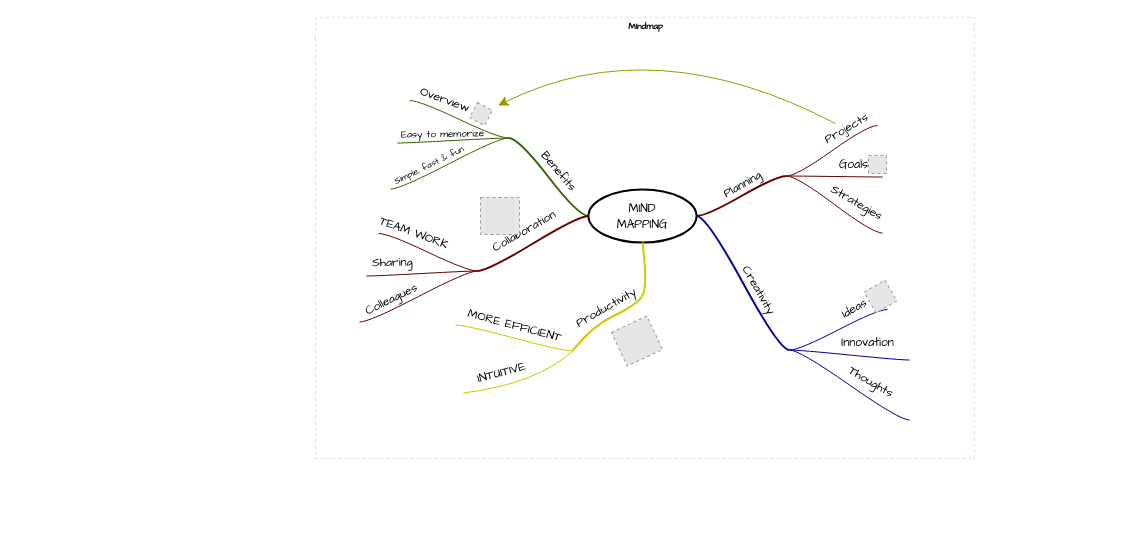
Earlier version of the draw.io diagram 未命名绘图.drawio (kongzhongfeima/draw_io). Source tidied: cells renumbered, new cells numbered last; positions are measured from the earlier drawing's top-left corner, leaving out a move shared by most shapes. Both pictures are drawn from the tidied source at 100%, with x=0, y=0 at pixel (315, 17). Pictures stored in the file or linked from it are replaced by grey dashed boxes.
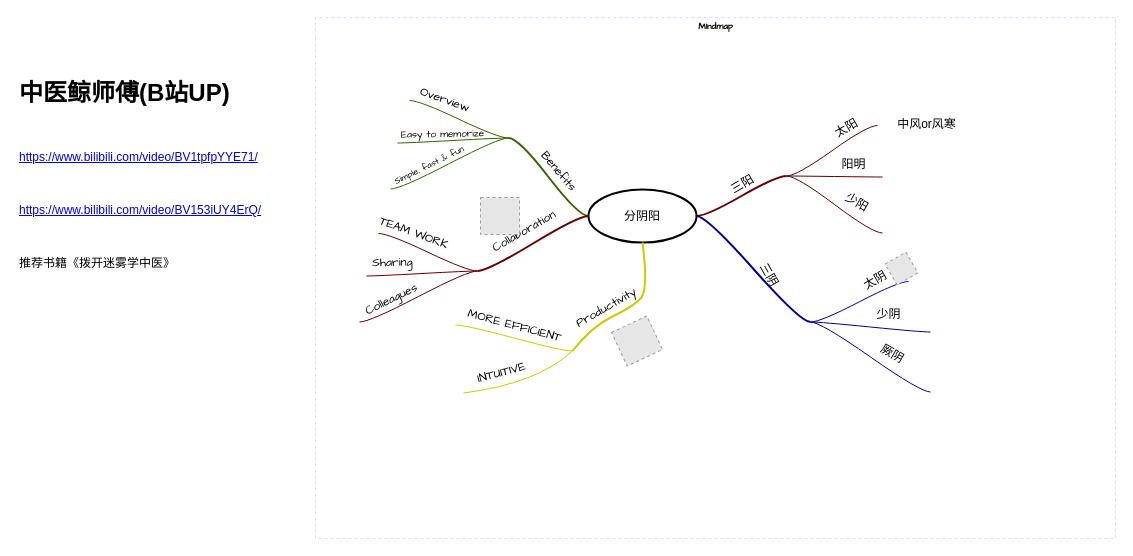
After the change.

Commit message:
更新未命名绘图.drawio

The change refers to these unchanged cells:
```xml
<mxCell id="5" style="edgeStyle=entityRelationEdgeStyle;startArrow=none;endArrow=none;segment=10;curved=1;strokeWidth=2;strokeColor=#660000;rounded=0;fontSize=12;startSize=8;endSize=8;" parent="2" edge="1" source="3" target="4">
  <mxGeometry relative="1" as="geometry" />
</mxCell>
<mxCell id="8" style="edgeStyle=entityRelationEdgeStyle;startArrow=none;endArrow=none;segment=10;curved=1;strokeColor=#660000;rounded=0;fontSize=12;startSize=8;endSize=8;" parent="2" edge="1" source="4" target="7">
  <mxGeometry relative="1" as="geometry" />
</mxCell>
<mxCell id="10" style="whiteSpace=wrap;html=1;rounded=1;arcSize=50;align=center;verticalAlign=middle;strokeWidth=1;spacing=4;" parent="2" vertex="1">
  <mxGeometry x="567" y="159" height="1" as="geometry" />
</mxCell>
<mxCell id="11" style="edgeStyle=entityRelationEdgeStyle;startArrow=none;endArrow=none;segment=10;curved=1;strokeColor=#660000;rounded=0;fontSize=12;startSize=8;endSize=8;" parent="2" edge="1" source="4" target="10">
  <mxGeometry relative="1" as="geometry" />
</mxCell>
<mxCell id="14" style="edgeStyle=entityRelationEdgeStyle;startArrow=none;endArrow=none;segment=10;curved=1;strokeColor=#660000;rounded=0;fontSize=12;startSize=8;endSize=8;" parent="2" edge="1" source="4" target="13">
  <mxGeometry relative="1" as="geometry" />
</mxCell>
<mxCell id="17" style="edgeStyle=entityRelationEdgeStyle;startArrow=none;endArrow=none;segment=10;curved=1;strokeWidth=2;strokeColor=#000099;rounded=0;fontSize=12;startSize=8;endSize=8;" parent="2" edge="1" source="3" target="16">
  <mxGeometry relative="1" as="geometry" />
</mxCell>
<mxCell id="20" style="edgeStyle=entityRelationEdgeStyle;startArrow=none;endArrow=none;segment=10;curved=1;strokeColor=#000099;rounded=0;fontSize=12;startSize=8;endSize=8;" parent="2" edge="1" source="16" target="19">
  <mxGeometry relative="1" as="geometry" />
</mxCell>
<mxCell id="23" style="edgeStyle=entityRelationEdgeStyle;startArrow=none;endArrow=none;segment=10;curved=1;strokeColor=#000099;rounded=0;fontSize=12;startSize=8;endSize=8;" parent="2" edge="1" source="16" target="22">
  <mxGeometry relative="1" as="geometry" />
</mxCell>
<mxCell id="26" style="edgeStyle=entityRelationEdgeStyle;startArrow=none;endArrow=none;segment=10;curved=1;strokeColor=#000099;rounded=0;fontSize=12;startSize=8;endSize=8;" parent="2" edge="1" source="16" target="25">
  <mxGeometry relative="1" as="geometry" />
</mxCell>
<mxCell id="32" style="whiteSpace=wrap;html=1;rounded=1;arcSize=50;align=center;verticalAlign=middle;strokeWidth=1;spacing=4;" parent="2" vertex="1">
  <mxGeometry x="193" y="120" height="1" as="geometry" />
</mxCell>
```

Change to the diagram source:
```diff
@@
     <mxCell id="2" value="Mindmap" style="swimlane;html=1;startSize=20;horizontal=1;containerType=tree;labelBackgroundColor=none;strokeColor=#D4E1F5;strokeWidth=1;fillColor=none;fontFamily=Comic Sans MS;fontSize=9;swimlaneLine=0;dashed=1;" parent="1" vertex="1">
-      <mxGeometry width="659" height="441" as="geometry" />
+      <mxGeometry width="800" height="521" as="geometry" />
     </mxCell>
-    <mxCell id="3" value="&lt;font face=&quot;Comic Sans MS&quot;&gt;MIND&lt;br&gt;MAPPING&lt;/font&gt;" style="ellipse;whiteSpace=wrap;html=1;align=center;strokeWidth=2;" parent="2" vertex="1">
+    <mxCell id="3" value="&lt;font face=&quot;Comic Sans MS&quot;&gt;分阴阳&lt;/font&gt;" style="ellipse;whiteSpace=wrap;html=1;align=center;strokeWidth=2;" parent="2" vertex="1">
       <mxGeometry x="273" y="172" width="108" height="53" as="geometry" />
     </mxCell>
@@
-    <mxCell id="6" value="Planning" style="text;html=1;align=center;verticalAlign=middle;labelBackgroundColor=none;rotation=-30;fontFamily=Comic Sans MS;" parent="5" vertex="1">
+    <mxCell id="6" value="三阳" style="text;html=1;align=center;verticalAlign=middle;labelBackgroundColor=none;rotation=-30;fontFamily=Comic Sans MS;" parent="5" vertex="1">
       <mxGeometry x="0.02" y="2" relative="1" as="geometry">
         <mxPoint x="1" y="-9" as="offset" />
       </mxGeometry>
     </mxCell>
-    <mxCell id="7" style="whiteSpace=wrap;html=1;rounded=1;arcSize=50;align=center;verticalAlign=middle;strokeWidth=1;spacing=4;" parent="2" vertex="1" collapsed="1">
+    <mxCell id="7" style="whiteSpace=wrap;html=1;rounded=1;arcSize=50;align=center;verticalAlign=middle;strokeWidth=1;spacing=4;" parent="2" vertex="1">
       <mxGeometry x="562" y="108" width="5" as="geometry" />
     </mxCell>
@@
-    <mxCell id="9" value="Projects" style="text;html=1;points=[];align=center;verticalAlign=middle;labelBackgroundColor=none;fontFamily=Comic Sans MS;rotation=-30;" parent="8" vertex="1">
+    <mxCell id="9" value="太阳" style="text;html=1;points=[];align=center;verticalAlign=middle;labelBackgroundColor=none;fontFamily=Comic Sans MS;rotation=-30;" parent="8" vertex="1">
       <mxGeometry x="0.26" relative="1" as="geometry">
         <mxPoint x="3" y="-14" as="offset" />
       </mxGeometry>
     </mxCell>
@@
-    <mxCell id="12" value="Goals" style="text;html=1;align=center;verticalAlign=middle;labelBackgroundColor=none;fontFamily=Comic Sans MS;rotation=0;" parent="11" vertex="1">
+    <mxCell id="12" value="阳明" style="text;html=1;align=center;verticalAlign=middle;labelBackgroundColor=none;fontFamily=Comic Sans MS;rotation=0;" parent="11" vertex="1">
       <mxGeometry x="-0.11" y="-1" relative="1" as="geometry">
         <mxPoint x="24" y="-12" as="offset" />
       </mxGeometry>
     </mxCell>
@@
-    <mxCell id="15" value="Strategies" style="text;html=1;align=center;verticalAlign=middle;labelBackgroundColor=none;fontFamily=Comic Sans MS;rotation=30;" parent="14" vertex="1">
+    <mxCell id="15" value="少阳" style="text;html=1;align=center;verticalAlign=middle;labelBackgroundColor=none;fontFamily=Comic Sans MS;rotation=30;" parent="14" vertex="1">
       <mxGeometry x="-0.11" y="-1" relative="1" as="geometry">
         <mxPoint x="28" y="1" as="offset" />
       </mxGeometry>
     </mxCell>
     <mxCell id="16" style="whiteSpace=wrap;html=1;rounded=1;arcSize=50;align=center;verticalAlign=middle;strokeWidth=1;spacing=4;" parent="2" vertex="1">
-      <mxGeometry x="474" y="332" height="1" as="geometry" />
+      <mxGeometry x="495" y="304" height="1" as="geometry" />
     </mxCell>
@@
-    <mxCell id="18" value="Creativity" style="text;html=1;align=center;verticalAlign=middle;labelBackgroundColor=none;rotation=60;fontFamily=Comic Sans MS;" parent="17" vertex="1">
+    <mxCell id="18" value="三阴" style="text;html=1;align=center;verticalAlign=middle;labelBackgroundColor=none;rotation=60;fontFamily=Comic Sans MS;" parent="17" vertex="1">
       <mxGeometry x="0.02" y="2" relative="1" as="geometry">
         <mxPoint x="13" y="6" as="offset" />
       </mxGeometry>
     </mxCell>
     <mxCell id="19" style="whiteSpace=wrap;html=1;rounded=1;arcSize=50;align=center;verticalAlign=middle;strokeWidth=1;spacing=4;" parent="2" vertex="1">
-      <mxGeometry x="572" y="292" width="5" as="geometry" />
+      <mxGeometry x="593" y="264" width="5" as="geometry" />
     </mxCell>
@@
-    <mxCell id="21" value="Ideas" style="text;html=1;align=center;verticalAlign=middle;labelBackgroundColor=none;fontFamily=Comic Sans MS;rotation=-30;" parent="20" vertex="1">
+    <mxCell id="21" value="太阴" style="text;html=1;align=center;verticalAlign=middle;labelBackgroundColor=none;fontFamily=Comic Sans MS;rotation=-30;" parent="20" vertex="1">
       <mxGeometry x="0.26" relative="1" as="geometry">
         <mxPoint x="3" y="-14" as="offset" />
       </mxGeometry>
     </mxCell>
     <mxCell id="22" style="whiteSpace=wrap;html=1;rounded=1;arcSize=50;align=center;verticalAlign=middle;strokeWidth=1;spacing=4;" parent="2" vertex="1">
-      <mxGeometry x="594" y="342" height="1" as="geometry" />
+      <mxGeometry x="615" y="314" height="1" as="geometry" />
     </mxCell>
@@
-    <mxCell id="24" value="Innovation" style="text;html=1;align=center;verticalAlign=middle;labelBackgroundColor=none;fontFamily=Comic Sans MS;rotation=0;" parent="23" vertex="1">
+    <mxCell id="24" value="少阴" style="text;html=1;align=center;verticalAlign=middle;labelBackgroundColor=none;fontFamily=Comic Sans MS;rotation=0;" parent="23" vertex="1">
       <mxGeometry x="-0.11" y="-1" relative="1" as="geometry">
         <mxPoint x="24" y="-12" as="offset" />
       </mxGeometry>
     </mxCell>
     <mxCell id="25" style="whiteSpace=wrap;html=1;rounded=1;arcSize=50;align=center;verticalAlign=middle;strokeWidth=1;spacing=4;" parent="2" vertex="1">
-      <mxGeometry x="594" y="402" height="1" as="geometry" />
+      <mxGeometry x="615" y="374" height="1" as="geometry" />
     </mxCell>
@@
-    <mxCell id="27" value="Thoughts" style="text;html=1;align=center;verticalAlign=middle;labelBackgroundColor=none;fontFamily=Comic Sans MS;rotation=30;" parent="26" vertex="1">
+    <mxCell id="27" value="厥阴" style="text;html=1;align=center;verticalAlign=middle;labelBackgroundColor=none;fontFamily=Comic Sans MS;rotation=30;" parent="26" vertex="1">
       <mxGeometry x="-0.11" y="-1" relative="1" as="geometry">
         <mxPoint x="28" y="1" as="offset" />
       </mxGeometry>
     </mxCell>
     <mxCell id="28" style="fillColor=#E6E6E6;strokeColor=#999999;dashed=1;html=1;verticalAlign=top;verticalLabelPosition=bottom;labelBackgroundColor=#ffffff;fontFamily=Comic Sans MS;rotation=-30;" parent="2" vertex="1">
-      <mxGeometry x="553" y="267" width="24" height="24" as="geometry" />
+      <mxGeometry x="574" y="239" width="24" height="24" as="geometry" />
     </mxCell>
@@
-    <mxCell id="30" style="fillColor=#E6E6E6;strokeColor=#999999;dashed=1;html=1;verticalAlign=top;verticalLabelPosition=bottom;labelBackgroundColor=#ffffff;fontFamily=Comic Sans MS;" parent="2" vertex="1">
-      <mxGeometry x="553" y="138" width="18" height="18" as="geometry" />
-    </mxCell>
-    <mxCell id="31" style="edgeStyle=entityRelationEdgeStyle;jumpStyle=arc;html=1;endArrow=classicThin;endFill=1;jettySize=auto;strokeColor=none;strokeWidth=2;fontFamily=Comic Sans MS;rounded=0;fontSize=12;startSize=8;endSize=8;curved=1;" parent="2" edge="1" source="10" target="30">
-      <mxGeometry relative="1" as="geometry" />
-    </mxCell>
@@
-    <mxCell id="41" style="whiteSpace=wrap;html=1;rounded=1;arcSize=50;align=center;verticalAlign=middle;strokeWidth=1;spacing=4;" parent="2" vertex="1" collapsed="1">
+    <mxCell id="41" style="whiteSpace=wrap;html=1;rounded=1;arcSize=50;align=center;verticalAlign=middle;strokeWidth=1;spacing=4;" parent="2" vertex="1">
       <mxGeometry x="89" y="83" width="5" as="geometry" />
     </mxCell>
@@
-    <mxCell id="44" style="fillColor=#E6E6E6;strokeColor=#999999;dashed=1;html=1;verticalAlign=top;verticalLabelPosition=bottom;labelBackgroundColor=#ffffff;fontFamily=Comic Sans MS;fontSize=10;rotation=28;" parent="2" vertex="1">
-      <mxGeometry x="157" y="88" width="17" height="17" as="geometry" />
-    </mxCell>
-    <mxCell id="45" style="endArrow=classic;html=1;curved=1;sourcePerimeterSpacing=10;strokeColor=#999900;targetPerimeterSpacing=7;rounded=0;fontSize=12;startSize=8;endSize=8;" parent="2" edge="1" source="9" target="44">
-      <mxGeometry relative="1" as="geometry">
-        <Array as="points">
-          <mxPoint x="338" y="11" />
-        </Array>
-      </mxGeometry>
-    </mxCell>
-    <mxCell id="46" style="jumpStyle=arc;html=1;endArrow=classicThin;endFill=1;jettySize=auto;strokeColor=none;strokeWidth=2;fontFamily=Comic Sans MS;fontSize=10;rounded=0;startSize=8;endSize=8;curved=1;" parent="2" edge="1" source="32" target="44">
-      <mxGeometry relative="1" as="geometry" />
+    <mxCell id="46" style="jumpStyle=arc;html=1;endArrow=classicThin;endFill=1;jettySize=auto;strokeColor=none;strokeWidth=2;fontFamily=Comic Sans MS;fontSize=10;rounded=0;startSize=8;endSize=8;curved=1;" parent="2" edge="1" source="32">
+      <mxGeometry relative="1" as="geometry">
+        <mxPoint x="172.1" y="102.2" as="targetPoint" />
+      </mxGeometry>
     </mxCell>
@@
+    <mxCell id="72" value="&lt;h1&gt;中医鲸师傅(B站UP)&lt;/h1&gt;&lt;br&gt;&lt;p&gt;&lt;a href=&quot;https://www.bilibili.com/video/BV1tpfpYYE71/&quot;&gt;https://www.bilibili.com/video/BV1tpfpYYE71/&lt;/a&gt;&lt;/p&gt;&lt;br&gt;&lt;p&gt;&lt;a href=&quot;https://www.bilibili.com/video/BV153iUY4ErQ/&quot;&gt;https://www.bilibili.com/video/BV153iUY4ErQ/&lt;/a&gt;&lt;/p&gt;&lt;br&gt;&lt;p&gt;推荐书籍《拨开迷雾学中医》&lt;/p&gt;" style="text;whiteSpace=wrap;html=1;" parent="1" vertex="1">
+      <mxGeometry x="-298" y="39" width="270" height="241" as="geometry" />
+    </mxCell>
+    <mxCell id="73" value="中风or风寒" style="text;html=1;align=center;verticalAlign=middle;strokeColor=none;fillColor=none;" parent="1" vertex="1">
+      <mxGeometry x="572" y="94" width="77" height="26" as="geometry" />
+    </mxCell>
```
